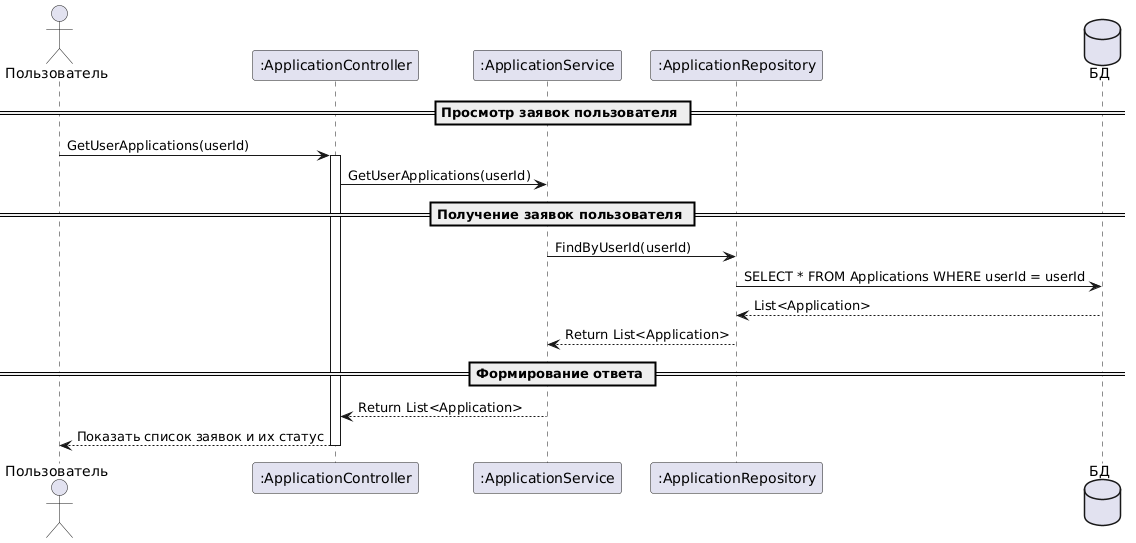
Above: Диаграмма последовательности/Просмотр_заявок_пользователя.png in Marina200426/PIS-Belonogov-Chelokhsaeva (PlantUML), before the change.
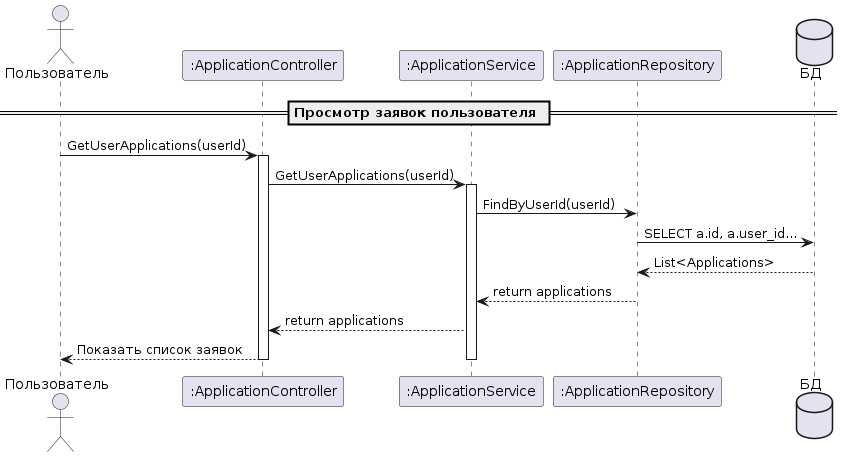
The same file after the commit.

What changed in the source:
```diff
@@ -1,29 +1,23 @@
 @startuml
 actor Пользователь
-
 participant ":ApplicationController"
-
 participant ":ApplicationService"
 participant ":ApplicationRepository"
 database БД
 
 == Просмотр заявок пользователя ==
-
 Пользователь -> ":ApplicationController" : GetUserApplications(userId)
 activate ":ApplicationController"
 ":ApplicationController" -> ":ApplicationService" : GetUserApplications(userId)
-
-== Получение заявок пользователя ==
+activate ":ApplicationService"
 
 ":ApplicationService" -> ":ApplicationRepository" : FindByUserId(userId)
-":ApplicationRepository" -> БД : SELECT * FROM Applications WHERE userId = userId
-БД --> ":ApplicationRepository" : List<Application>
-":ApplicationRepository" --> ":ApplicationService" : Return List<Application>
+":ApplicationRepository" -> БД : SELECT a.id, a.user_id...
+БД --> ":ApplicationRepository" : List<Applications>
+":ApplicationRepository" --> ":ApplicationService" : return applications
+":ApplicationService" --> ":ApplicationController" : return applications
+":ApplicationController" --> Пользователь : Показать список заявок
 
-== Формирование ответа ==
-
-":ApplicationService" --> ":ApplicationController" : Return List<Application>
-":ApplicationController" --> Пользователь : Показать список заявок и их статус
-
+deactivate ":ApplicationService"
 deactivate ":ApplicationController"
 @enduml
```
